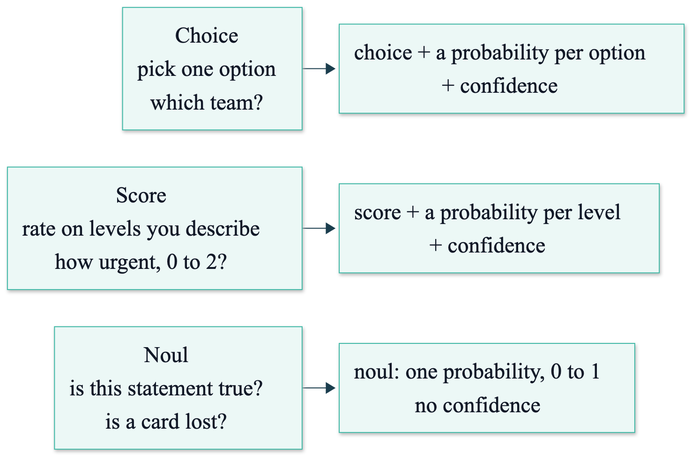
The Mermaid diagram course/diagrams/module_01/three-question-types.png in axel-sirota/getting_started_jev, before a commit. Its source is kept beside it as course/diagrams/module_01/three-question-types.mmd.
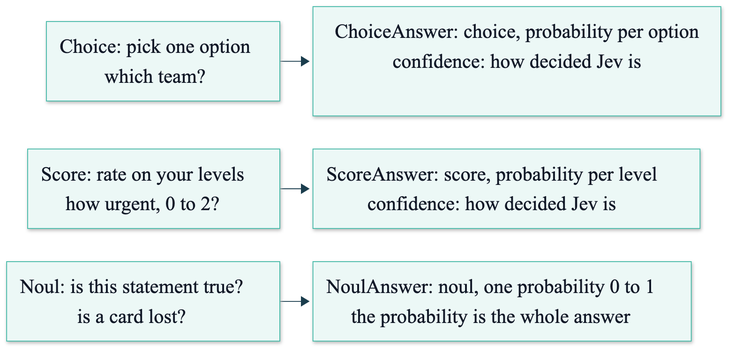
The same diagram one commit later.

Diff of the diagram source:
```diff
@@ -1,5 +1,5 @@
 %%{init: {"theme": "base", "themeVariables": {"fontFamily": "Inter, sans-serif", "primaryColor": "#ECF8F6", "primaryBorderColor": "#40B8A6", "primaryTextColor": "#111827", "lineColor": "#1A3D4D", "secondaryColor": "#F9FAFB", "tertiaryColor": "#FFFFFF", "clusterBkg": "#F9FAFB", "clusterBorder": "#D1D5DB", "actorBkg": "#ECF8F6", "actorBorder": "#40B8A6", "noteBkgColor": "#FFF6DA", "noteBorderColor": "#E0B84C"}}}%%
 flowchart LR
-  C["Choice<br/>pick one option<br/>which team?"] --> CA["choice + a probability per option<br/>+ confidence"]
-  S["Score<br/>rate on levels you describe<br/>how urgent, 0 to 2?"] --> SA["score + a probability per level<br/>+ confidence"]
-  N["Noul<br/>is this statement true?<br/>is a card lost?"] --> NA["noul: one probability, 0 to 1<br/>no confidence"]
+  C["Choice: pick one option<br/>which team?"] --> CA["ChoiceAnswer: choice, probability per option<br/>confidence: how decided Jev is"]
+  S["Score: rate on your levels<br/>how urgent, 0 to 2?"] --> SA["ScoreAnswer: score, probability per level<br/>confidence: how decided Jev is"]
+  N["Noul: is this statement true?<br/>is a card lost?"] --> NA["NoulAnswer: noul, one probability 0 to 1<br/>the probability is the whole answer"]
```
